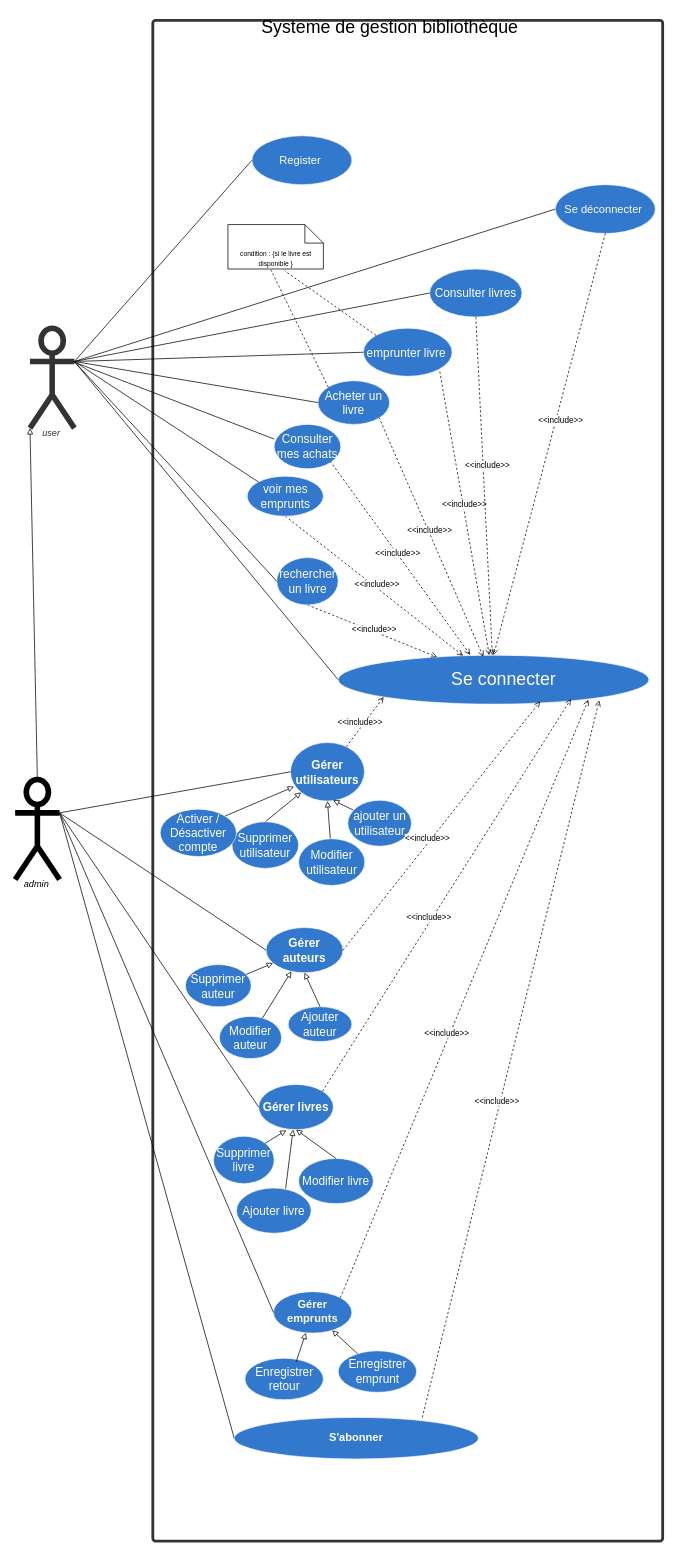
khaoula-khaldi/gestion-bibliotheque keeps this draw.io diagram as useCase.drawio. Above is the earlier version. Source tidied: cells renumbered, new cells numbered last; positions are measured from the earlier drawing's top-left corner, leaving out a move shared by most shapes. Both pictures are drawn from the tidied source at 74%, with x=0, y=0 at pixel (15, 13).
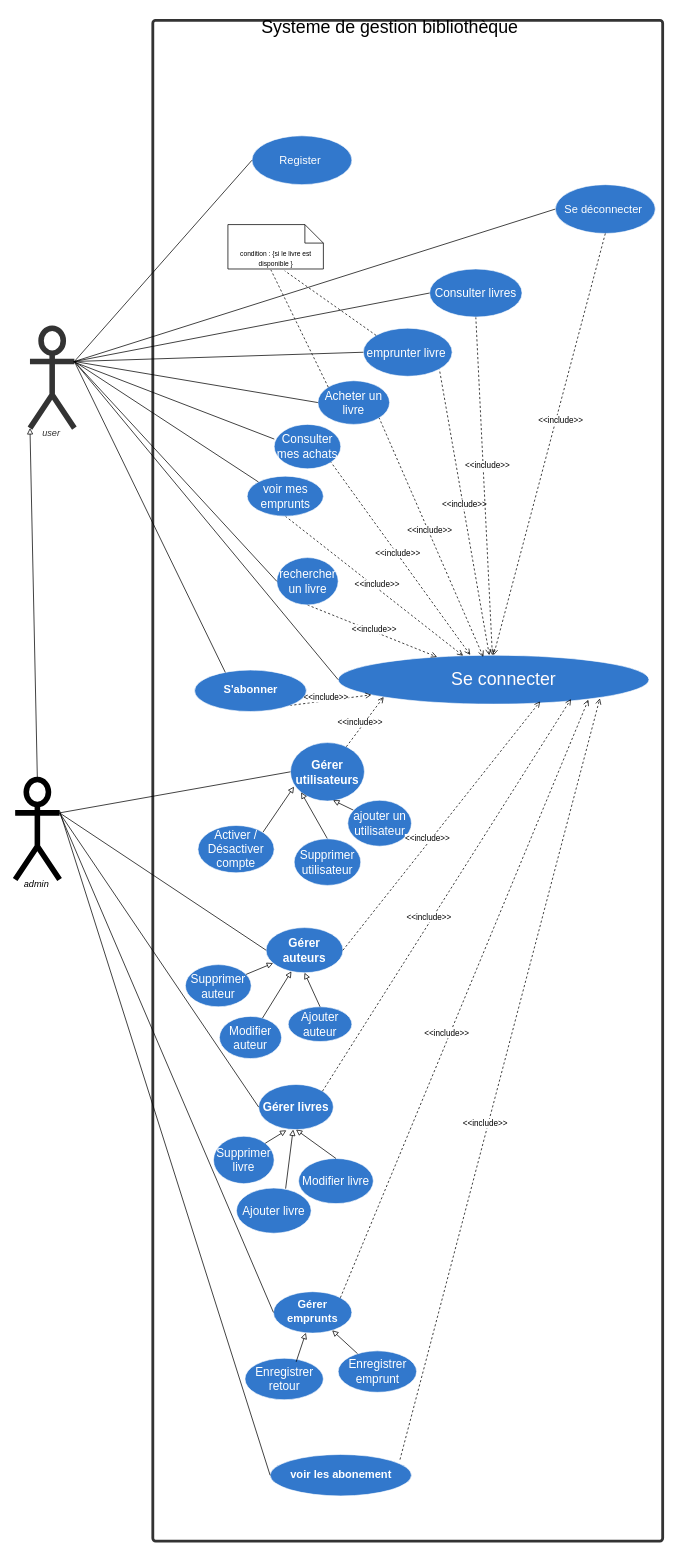
Above is the later version.

Unchanged cells that the change refers to:
```xml
<mxCell id="2" style="html=1;overflow=block;blockSpacing=1;whiteSpace=wrap;fontSize=15.5;fontColor=#333333;fontStyle=3;spacing=0;verticalAlign=bottom;strokeColor=#333333;strokeOpacity=100;fillOpacity=0;rounded=1;absoluteArcSize=1;arcSize=7.5;fillColor=#000000;strokeWidth=3.8;lucidId=m-bC.Ah2HGYG;" parent="1" vertex="1">
  <mxGeometry x="186" y="10" width="689" height="2055" as="geometry" />
</mxCell>
<mxCell id="6" value="&lt;font color=&quot;#fffcfd&quot; style=&quot;font-size: 24px;&quot;&gt;&amp;nbsp; &amp;nbsp; Se connecter&lt;/font&gt;" style="html=1;overflow=block;blockSpacing=1;whiteSpace=wrap;ellipse;fontSize=15;fontColor=#ffffff;align=center;spacing=0;verticalAlign=middle;strokeColor=#ffffff;strokeOpacity=100;fillOpacity=100;rounded=1;absoluteArcSize=1;arcSize=7.5;fillColor=#3278cc;strokeWidth=0.8;lucidId=m-bC5Pa~6MiH;" parent="2" vertex="1">
  <mxGeometry x="250.5" y="858" width="420" height="66" as="geometry" />
</mxCell>
<mxCell id="7" value="Gérer utilisateurs" style="html=1;overflow=block;blockSpacing=1;whiteSpace=wrap;ellipse;fontSize=16;fontColor=#ffffff;fontStyle=1;spacing=0;verticalAlign=middle;strokeColor=#ffffff;strokeOpacity=100;fillOpacity=100;rounded=1;absoluteArcSize=1;arcSize=7.5;fillColor=#3278cc;strokeWidth=0.8;lucidId=m-bCFDhcVwKb;" parent="2" vertex="1">
  <mxGeometry x="186" y="976" width="100" height="79" as="geometry" />
</mxCell>
<mxCell id="68" value="admin" style="html=1;overflow=block;blockSpacing=1;shape=umlActor;labelPosition=center;verticalLabelPosition=bottom;verticalAlign=top;whiteSpace=nowrap;fontSize=12.4;fontStyle=2;spacing=0;strokeOpacity=100;rounded=1;absoluteArcSize=1;arcSize=7.5;strokeWidth=7.5;lucidId=m-bCX5_Vdeuy;" parent="1" vertex="1">
  <mxGeometry y="1036" width="60" height="135" as="geometry" />
</mxCell>
<mxCell id="71" value="user" style="html=1;overflow=block;blockSpacing=1;shape=umlActor;labelPosition=center;verticalLabelPosition=bottom;verticalAlign=top;whiteSpace=nowrap;fontSize=12.4;fontColor=#333333;fontStyle=2;spacing=0;strokeColor=#333333;strokeOpacity=100;rounded=1;absoluteArcSize=1;arcSize=7.5;fillColor=#ffffff;strokeWidth=7.5;lucidId=m-bCtdjR3ysO;" parent="1" vertex="1">
  <mxGeometry x="20" y="426" width="60" height="135" as="geometry" />
</mxCell>
```

What changed in the source:
```diff
@@
-    <mxCell id="8" style="edgeStyle=none;html=1;endArrow=block;endFill=0;entryX=0.5;entryY=1;entryDx=0;entryDy=0;" parent="2" edge="1" source="9" target="7">
-      <mxGeometry relative="1" as="geometry" />
-    </mxCell>
-    <mxCell id="9" value="Modifier utilisateur" style="html=1;overflow=block;blockSpacing=1;whiteSpace=wrap;ellipse;fontSize=16;fontColor=#ffffff;spacing=0;verticalAlign=middle;strokeColor=#ffffff;strokeOpacity=100;fillOpacity=100;rounded=1;absoluteArcSize=1;arcSize=7.5;fillColor=#3278cc;strokeWidth=0.8;lucidId=m-bC8B0cL~r4;" parent="2" vertex="1">
-      <mxGeometry x="197" y="1106" width="89.5" height="63" as="geometry" />
-    </mxCell>
@@
     <mxCell id="11" value="Supprimer utilisateur" style="html=1;overflow=block;blockSpacing=1;whiteSpace=wrap;ellipse;fontSize=16;fontColor=#ffffff;spacing=0;verticalAlign=middle;strokeColor=#ffffff;strokeOpacity=100;fillOpacity=100;rounded=1;absoluteArcSize=1;arcSize=7.5;fillColor=#3278cc;strokeWidth=0.8;lucidId=m-bCXGuZV7TP;" parent="2" vertex="1">
-      <mxGeometry x="107" y="1083" width="90" height="63" as="geometry" />
+      <mxGeometry x="191" y="1106" width="90" height="63" as="geometry" />
     </mxCell>
@@
     <mxCell id="13" value="Activer / Désactiver compte" style="html=1;overflow=block;blockSpacing=1;whiteSpace=wrap;ellipse;fontSize=16;fontColor=#ffffff;spacing=0;verticalAlign=middle;strokeColor=#ffffff;strokeOpacity=100;fillOpacity=100;rounded=1;absoluteArcSize=1;arcSize=7.5;fillColor=#3278cc;strokeWidth=0.8;lucidId=m-bCIP04jVwY;" parent="2" vertex="1">
-      <mxGeometry x="10" y="1066" width="103" height="64" as="geometry" />
+      <mxGeometry x="61" y="1088" width="103" height="64" as="geometry" />
     </mxCell>
@@
-    <mxCell id="64" value="&lt;div style=&quot;display: flex; justify-content: center; text-align: center; align-items: baseline; line-height: 1.25; margin-top: -2px;&quot;&gt;&lt;font color=&quot;#ffffff&quot;&gt;&lt;span style=&quot;font-size: 15px;&quot;&gt;&lt;b&gt;&lt;font color=&quot;#ffffff&quot;&gt;S'abonner&lt;/font&gt;&lt;/b&gt;&lt;/span&gt;&lt;/font&gt;&lt;/div&gt;" style="html=1;overflow=block;blockSpacing=1;whiteSpace=wrap;ellipse;fontSize=13;spacing=0;verticalAlign=middle;strokeColor=#ffffff;strokeOpacity=100;fillOpacity=100;rounded=1;absoluteArcSize=1;arcSize=7.5;fillColor=#3278cc;strokeWidth=0.8;lucidId=m-bCp~yrp48o;" parent="2" vertex="1">
-      <mxGeometry x="110" y="1888" width="330" height="56" as="geometry" />
-    </mxCell>
-    <mxCell id="65" style="edgeStyle=none;html=1;exitX=0.77;exitY=0;exitDx=0;exitDy=0;endArrow=open;endFill=0;dashed=1;entryX=0.84;entryY=0.923;entryDx=0;entryDy=0;entryPerimeter=0;exitPerimeter=0;" parent="2" edge="1" source="64" target="6">
+    <mxCell id="65" style="edgeStyle=none;html=1;exitX=1;exitY=1;exitDx=0;exitDy=0;endArrow=open;endFill=0;dashed=1;" parent="2" edge="1" source="64" target="6">
       <mxGeometry relative="1" as="geometry" />
     </mxCell>
@@
+    <mxCell id="64" value="&lt;div style=&quot;display: flex; justify-content: center; text-align: center; align-items: baseline; line-height: 1.25; margin-top: -2px;&quot;&gt;&lt;font color=&quot;#ffffff&quot;&gt;&lt;span style=&quot;font-size: 15px;&quot;&gt;&lt;b&gt;&lt;font color=&quot;#ffffff&quot;&gt;S'abonner&lt;/font&gt;&lt;/b&gt;&lt;/span&gt;&lt;/font&gt;&lt;/div&gt;" style="html=1;overflow=block;blockSpacing=1;whiteSpace=wrap;ellipse;fontSize=13;spacing=0;verticalAlign=middle;strokeColor=#ffffff;strokeOpacity=100;fillOpacity=100;rounded=1;absoluteArcSize=1;arcSize=7.5;fillColor=#3278cc;strokeWidth=0.8;lucidId=m-bCp~yrp48o;" parent="2" vertex="1">
+      <mxGeometry x="56.5" y="878" width="151" height="56" as="geometry" />
+    </mxCell>
+    <mxCell id="86" value="&lt;div style=&quot;display: flex; justify-content: center; text-align: center; align-items: baseline; line-height: 1.25; margin-top: -2px;&quot;&gt;&lt;font color=&quot;#ffffff&quot;&gt;&lt;span style=&quot;font-size: 15px;&quot;&gt;&lt;b&gt;&lt;font color=&quot;#ffffff&quot;&gt;voir les abonement&lt;/font&gt;&lt;/b&gt;&lt;/span&gt;&lt;/font&gt;&lt;/div&gt;" style="html=1;overflow=block;blockSpacing=1;whiteSpace=wrap;ellipse;fontSize=13;spacing=0;verticalAlign=middle;strokeColor=#ffffff;strokeOpacity=100;fillOpacity=100;rounded=1;absoluteArcSize=1;arcSize=7.5;fillColor=#3278cc;strokeWidth=0.8;lucidId=m-bCp~yrp48o;" parent="2" vertex="1">
+      <mxGeometry x="158.5" y="1938" width="191" height="56" as="geometry" />
+    </mxCell>
+    <mxCell id="87" style="edgeStyle=none;html=1;exitX=0.919;exitY=0.123;exitDx=0;exitDy=0;endArrow=open;endFill=0;dashed=1;entryX=0.842;entryY=0.882;entryDx=0;entryDy=0;entryPerimeter=0;exitPerimeter=0;" parent="2" edge="1" source="86" target="6">
+      <mxGeometry relative="1" as="geometry" />
+    </mxCell>
+    <mxCell id="88" value="&amp;lt;&amp;lt;include&amp;gt;&amp;gt;" style="edgeLabel;html=1;align=center;verticalAlign=middle;" parent="87" vertex="1">
+      <mxGeometry x="-0.12" y="5" relative="1" as="geometry" />
+    </mxCell>
@@
-    <mxCell id="85" style="edgeStyle=none;html=1;entryX=1;entryY=0.3333333333333333;entryDx=0;entryDy=0;entryPerimeter=0;endArrow=none;endFill=0;exitX=0;exitY=0.5;exitDx=0;exitDy=0;" parent="1" edge="1" source="64" target="68">
+    <mxCell id="85" style="edgeStyle=none;html=1;entryX=1;entryY=0.3333333333333333;entryDx=0;entryDy=0;entryPerimeter=0;endArrow=none;endFill=0;exitX=0.275;exitY=0.058;exitDx=0;exitDy=0;exitPerimeter=0;" parent="1" edge="1" source="64" target="71">
       <mxGeometry relative="1" as="geometry" />
     </mxCell>
+    <mxCell id="89" style="edgeStyle=none;html=1;endArrow=none;endFill=0;exitX=0;exitY=0.5;exitDx=0;exitDy=0;entryX=1;entryY=0.311;entryDx=0;entryDy=0;entryPerimeter=0;" parent="1" edge="1" source="86" target="68">
+      <mxGeometry relative="1" as="geometry" />
+    </mxCell>
```
